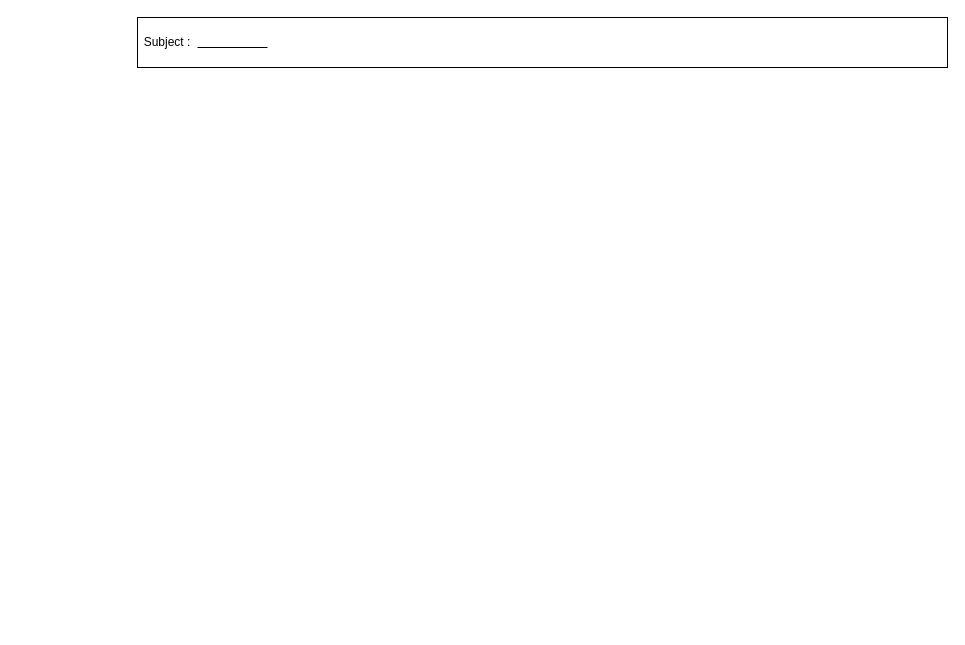
This is Untitled Diagram.drawio from Iurq/diagrams, a draw.io file, before an edit. Source tidied: cells renumbered, new cells numbered last; positions are measured from the earlier drawing's top-left corner, leaving out a move shared by most shapes. Both pictures are drawn from the tidied source at 100%, with x=0, y=0 at pixel (17, 17).
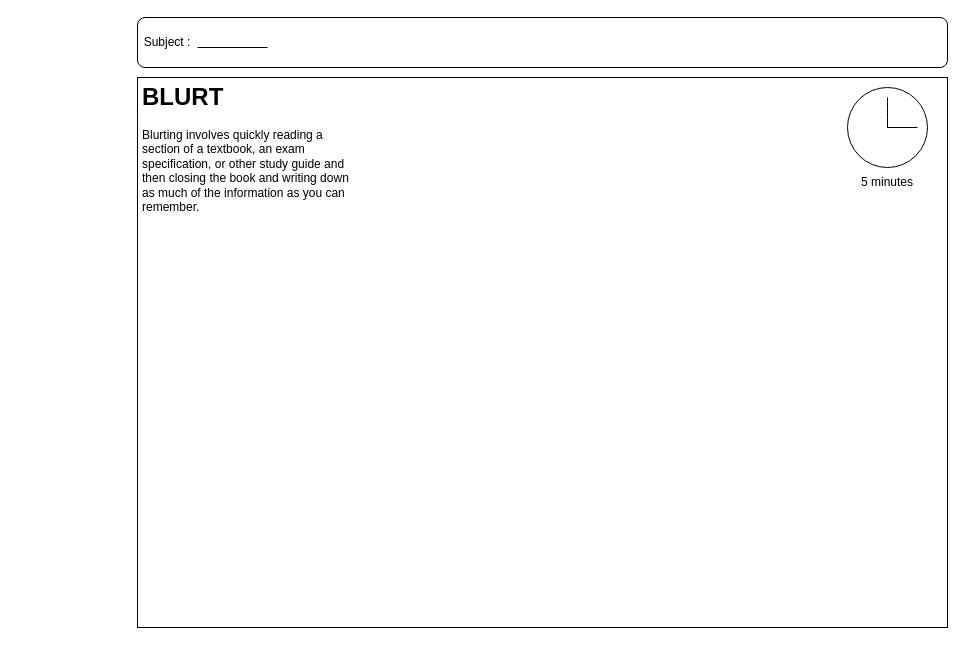
The same diagram, later.

What changed in the source:
```diff
@@
 <mxGraphModel>
   <root>
     <mxCell id="0" />
     <mxCell id="1" parent="0" />
-    <mxCell id="2" style="rounded=0;whiteSpace=wrap;html=1;" parent="1" vertex="1">
+    <mxCell id="2" style="rounded=1;whiteSpace=wrap;html=1;labelBackgroundColor=none;" parent="1" vertex="1">
       <mxGeometry x="120" width="810" height="50" as="geometry" />
     </mxCell>
-    <mxCell id="3" value="Subject :" style="text;html=1;strokeColor=none;fillColor=none;align=center;verticalAlign=middle;whiteSpace=wrap;rounded=0;" parent="1" vertex="1">
+    <mxCell id="3" value="Subject :" style="text;html=1;strokeColor=none;fillColor=none;align=center;verticalAlign=middle;whiteSpace=wrap;rounded=1;labelBackgroundColor=none;" parent="1" vertex="1">
       <mxGeometry x="120" y="10" width="60" height="30" as="geometry" />
     </mxCell>
-    <mxCell id="4" style="endArrow=none;html=1;rounded=0;" parent="1" edge="1" target="2">
+    <mxCell id="4" style="endArrow=none;html=1;rounded=1;labelBackgroundColor=none;fontColor=default;" parent="1" edge="1" target="2">
       <mxGeometry relative="1" as="geometry">
         <mxPoint x="290" as="sourcePoint" />
       </mxGeometry>
     </mxCell>
-    <mxCell id="5" value="&lt;br&gt;" style="text;strokeColor=none;align=center;fillColor=none;html=1;verticalAlign=middle;whiteSpace=wrap;rounded=0;" parent="1" vertex="1">
+    <mxCell id="5" value="&lt;br&gt;" style="text;strokeColor=none;align=center;fillColor=none;html=1;verticalAlign=middle;whiteSpace=wrap;rounded=1;labelBackgroundColor=none;" parent="1" vertex="1">
       <mxGeometry y="240" width="60" height="30" as="geometry" />
     </mxCell>
-    <mxCell id="6" style="endArrow=none;html=1;rounded=0;" parent="1" edge="1">
+    <mxCell id="6" style="endArrow=none;html=1;rounded=1;labelBackgroundColor=none;fontColor=default;" parent="1" edge="1">
       <mxGeometry relative="1" as="geometry">
         <mxPoint x="180" y="30" as="sourcePoint" />
         <mxPoint x="250" y="30" as="targetPoint" />
       </mxGeometry>
     </mxCell>
+    <mxCell id="7" style="rounded=0;whiteSpace=wrap;html=1;strokeColor=default;fontFamily=Helvetica;fontSize=12;fontColor=default;fillColor=default;" parent="1" vertex="1">
+      <mxGeometry x="120" y="60" width="810" height="550" as="geometry" />
+    </mxCell>
+    <mxCell id="8" value="&lt;h1&gt;BLURT&lt;/h1&gt;&lt;div&gt;Blurting involves quickly reading a section of a textbook, an exam specification, or other study guide and then closing the book and writing down as much of the information as you can remember.&lt;br&gt;&lt;/div&gt;" style="text;html=1;strokeColor=none;fillColor=none;spacing=5;spacingTop=-20;whiteSpace=wrap;overflow=hidden;rounded=0;fontSize=12;fontFamily=Helvetica;fontColor=default;" parent="1" vertex="1">
+      <mxGeometry x="120" y="60" width="220" height="150" as="geometry" />
+    </mxCell>
+    <mxCell id="9" style="ellipse;whiteSpace=wrap;html=1;rounded=1;strokeColor=default;fontFamily=Helvetica;fontSize=12;fontColor=default;fillColor=default;" parent="1" vertex="1">
+      <mxGeometry x="830" y="70" width="80" height="80" as="geometry" />
+    </mxCell>
+    <mxCell id="10" style="group;" parent="1" vertex="1">
+      <mxGeometry x="870" y="90" width="30" height="20" as="geometry" />
+    </mxCell>
+    <mxCell id="11" style="endArrow=none;html=1;rounded=1;fontFamily=Helvetica;fontSize=12;fontColor=default;" parent="10" edge="1">
+      <mxGeometry relative="1" as="geometry">
+        <mxPoint y="20.3" as="sourcePoint" />
+        <mxPoint y="-10.1" as="targetPoint" />
+        <Array as="points">
+          <mxPoint />
+        </Array>
+      </mxGeometry>
+    </mxCell>
+    <mxCell id="12" style="endArrow=none;html=1;rounded=1;fontFamily=Helvetica;fontSize=12;fontColor=default;" parent="10" edge="1">
+      <mxGeometry relative="1" as="geometry">
+        <mxPoint y="20" as="sourcePoint" />
+        <mxPoint x="30" y="20.3" as="targetPoint" />
+        <Array as="points">
+          <mxPoint x="30" y="20" />
+        </Array>
+      </mxGeometry>
+    </mxCell>
+    <mxCell id="13" value="5 minutes" style="text;html=1;strokeColor=none;fillColor=none;align=center;verticalAlign=middle;whiteSpace=wrap;rounded=0;fontSize=12;fontFamily=Helvetica;fontColor=default;" parent="1" vertex="1">
+      <mxGeometry x="840" y="150" width="60" height="30" as="geometry" />
+    </mxCell>
   </root>
 </mxGraphModel>
```
